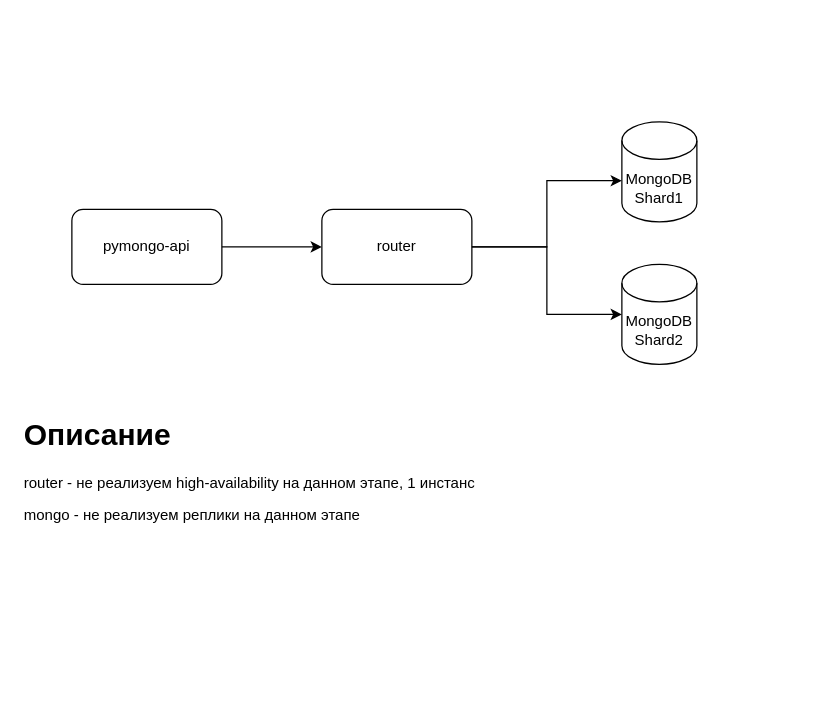
The draw.io diagram task2_hw.drawio in gdm000/architecture-sprint-2, before the edit. Source tidied: cells renumbered, new cells numbered last; positions are measured from the earlier drawing's top-left corner, leaving out a move shared by most shapes. Both pictures are drawn from the tidied source at 125%, with x=0, y=0 at pixel (21, 121).
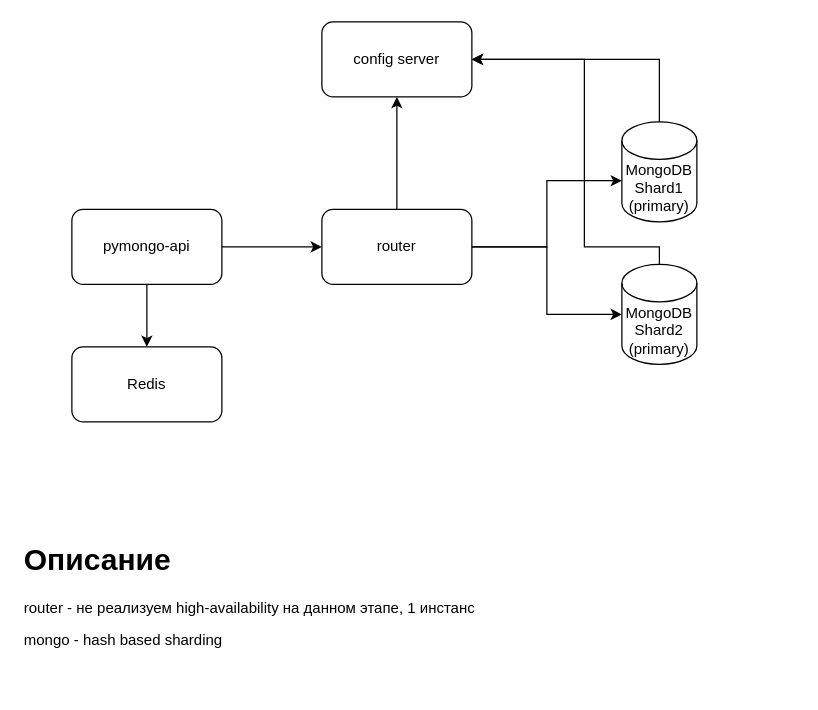
Above is the later version.

The edit, as a diff of the source:
```diff
@@
 <mxGraphModel>
   <root>
     <mxCell id="0" />
     <mxCell id="1" parent="0" />
+    <mxCell id="10" style="edgeStyle=orthogonalEdgeStyle;rounded=0;jettySize=auto;html=1;entryX=0.5;entryY=0;entryDx=0;entryDy=0;" parent="1" edge="1" source="2" target="15">
+      <mxGeometry relative="1" as="geometry" />
+    </mxCell>
     <mxCell id="2" value="pymongo-api" style="rounded=1;whiteSpace=wrap;html=1;" parent="1" vertex="1">
       <mxGeometry x="40" y="70" width="120" height="60" as="geometry" />
     </mxCell>
     <mxCell id="3" style="edgeStyle=orthogonalEdgeStyle;rounded=0;jettySize=auto;html=1;exitX=1;exitY=0.5;exitDx=0;exitDy=0;entryX=0;entryY=0.5;entryDx=0;entryDy=0;" parent="1" edge="1" source="2" target="4">
       <mxGeometry relative="1" as="geometry" />
     </mxCell>
+    <mxCell id="11" style="edgeStyle=orthogonalEdgeStyle;rounded=0;jettySize=auto;html=1;entryX=0.5;entryY=1;entryDx=0;entryDy=0;" parent="1" edge="1" source="4" target="14">
+      <mxGeometry relative="1" as="geometry" />
+    </mxCell>
     <mxCell id="4" value="router" style="rounded=1;whiteSpace=wrap;html=1;" parent="1" vertex="1">
       <mxGeometry x="240" y="70" width="120" height="60" as="geometry" />
     </mxCell>
+    <mxCell id="12" style="edgeStyle=orthogonalEdgeStyle;rounded=0;jettySize=auto;html=1;entryX=1;entryY=0.5;entryDx=0;entryDy=0;exitX=0.5;exitY=0;exitDx=0;exitDy=0;exitPerimeter=0;" parent="1" edge="1" source="5" target="14">
+      <mxGeometry relative="1" as="geometry" />
+    </mxCell>
-    <mxCell id="5" value="MongoDB&lt;br&gt;Shard1" style="shape=cylinder3;whiteSpace=wrap;html=1;boundedLbl=1;backgroundOutline=1;size=15;" parent="1" vertex="1">
+    <mxCell id="5" value="MongoDB&lt;br&gt;Shard1&lt;br&gt;(primary)" style="shape=cylinder3;whiteSpace=wrap;html=1;boundedLbl=1;backgroundOutline=1;size=15;" parent="1" vertex="1">
       <mxGeometry x="480" width="60" height="80" as="geometry" />
     </mxCell>
+    <mxCell id="13" style="edgeStyle=orthogonalEdgeStyle;rounded=0;jettySize=auto;html=1;entryX=1;entryY=0.5;entryDx=0;entryDy=0;" parent="1" edge="1" source="6" target="14">
+      <mxGeometry relative="1" as="geometry">
+        <Array as="points">
+          <mxPoint x="510" y="100" />
+          <mxPoint x="450" y="100" />
+          <mxPoint x="450" y="-50" />
+        </Array>
+      </mxGeometry>
+    </mxCell>
-    <mxCell id="6" value="MongoDB&lt;br&gt;Shard2" style="shape=cylinder3;whiteSpace=wrap;html=1;boundedLbl=1;backgroundOutline=1;size=15;" parent="1" vertex="1">
+    <mxCell id="6" value="MongoDB&lt;br&gt;Shard2&lt;br&gt;(primary)" style="shape=cylinder3;whiteSpace=wrap;html=1;boundedLbl=1;backgroundOutline=1;size=15;" parent="1" vertex="1">
       <mxGeometry x="480" y="114" width="60" height="80" as="geometry" />
     </mxCell>
     <mxCell id="7" style="edgeStyle=orthogonalEdgeStyle;rounded=0;jettySize=auto;html=1;entryX=0;entryY=0.5;entryDx=0;entryDy=0;entryPerimeter=0;" parent="1" edge="1" source="4" target="6">
       <mxGeometry relative="1" as="geometry" />
     </mxCell>
     <mxCell id="8" style="edgeStyle=orthogonalEdgeStyle;rounded=0;jettySize=auto;html=1;entryX=0;entryY=0.588;entryDx=0;entryDy=0;entryPerimeter=0;" parent="1" edge="1" source="4" target="5">
       <mxGeometry relative="1" as="geometry" />
     </mxCell>
-    <mxCell id="9" value="&lt;h1 style=&quot;margin-top: 0px;&quot;&gt;Описание&lt;/h1&gt;&lt;p&gt;router - не реализуем high-availability на данном этапе, 1 инстанс&lt;/p&gt;&lt;p&gt;mongo - не реализуем реплики на данном этапе&lt;/p&gt;" style="text;html=1;whiteSpace=wrap;overflow=hidden;rounded=0;" parent="1" vertex="1">
-      <mxGeometry y="230" width="620" height="120" as="geometry" />
+    <mxCell id="9" value="&lt;h1 style=&quot;margin-top: 0px;&quot;&gt;Описание&lt;/h1&gt;&lt;p&gt;router - не реализуем high-availability на данном этапе, 1 инстанс&lt;/p&gt;&lt;p&gt;mongo - hash based sharding&lt;/p&gt;" style="text;html=1;whiteSpace=wrap;overflow=hidden;rounded=0;" parent="1" vertex="1">
+      <mxGeometry y="330" width="620" height="120" as="geometry" />
     </mxCell>
+    <mxCell id="14" value="config server" style="rounded=1;whiteSpace=wrap;html=1;" parent="1" vertex="1">
+      <mxGeometry x="240" y="-80" width="120" height="60" as="geometry" />
+    </mxCell>
+    <mxCell id="15" value="Redis" style="rounded=1;whiteSpace=wrap;html=1;" parent="1" vertex="1">
+      <mxGeometry x="40" y="180" width="120" height="60" as="geometry" />
+    </mxCell>
   </root>
 </mxGraphModel>
```
